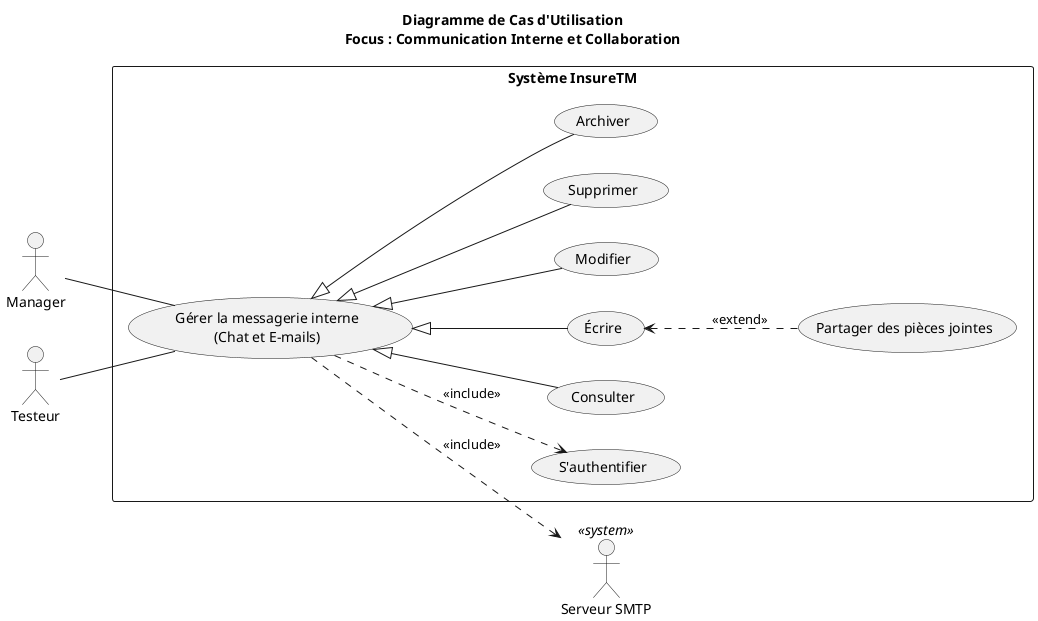
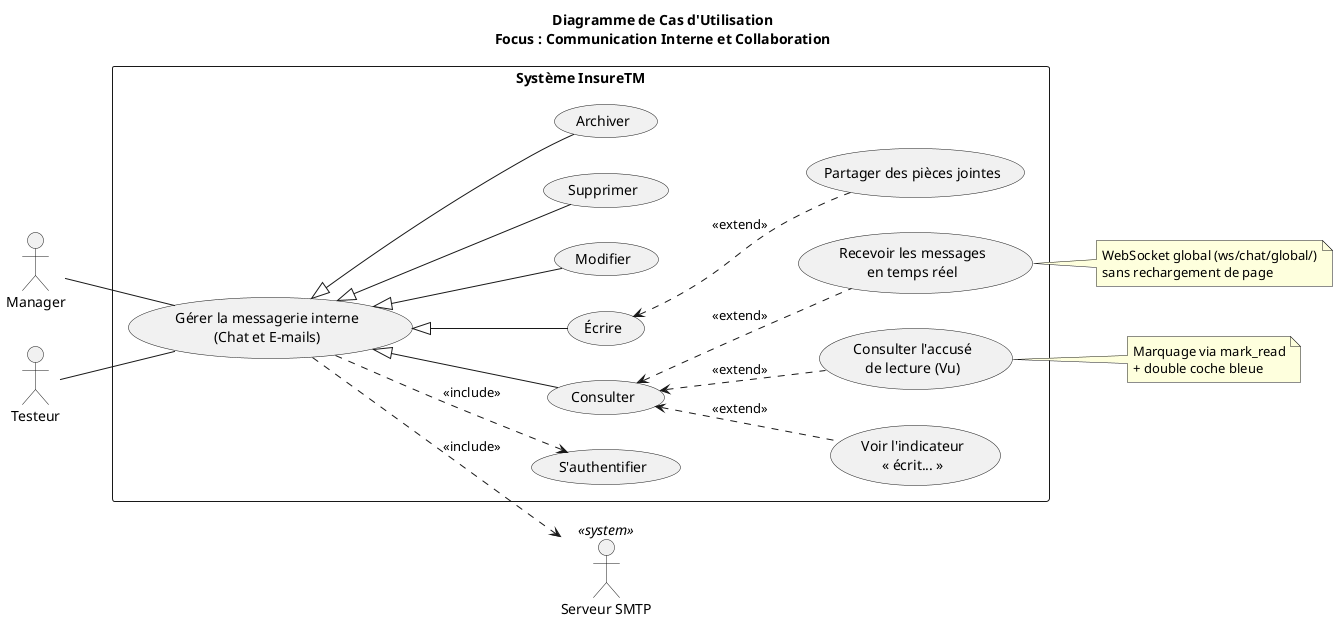
@startuml
left to right direction
skinparam packageStyle rectangle
skinparam Shadowing false

title Diagramme de Cas d'Utilisation\nFocus : Communication Interne et Collaboration

actor "Manager" as Manager
actor "Testeur" as Testeur

rectangle "Système InsureTM" {

    usecase "S'authentifier" as UC_Auth

    usecase "Gérer la messagerie interne\n(Chat et E-mails)" as UC_Gerer

    usecase "Consulter" as UC_Consulter
    usecase "Écrire" as UC_Ecrire
    usecase "Modifier" as UC_Modifier
    usecase "Supprimer" as UC_Supprimer
    usecase "Archiver" as UC_Archiver

    usecase "Partager des pièces jointes" as UC_Pieces

+     usecase "Recevoir les messages\nen temps réel" as UC_TempsReel
+     usecase "Voir l'indicateur\n« écrit... »" as UC_Ecrit
+     usecase "Consulter l'accusé\nde lecture (Vu)" as UC_Vu
+ 
}

actor "Serveur SMTP" as SMTP <<system>>

Manager -- UC_Gerer
Testeur -- UC_Gerer

UC_Gerer <|-- UC_Consulter
UC_Gerer <|-- UC_Ecrire
UC_Gerer <|-- UC_Modifier
UC_Gerer <|-- UC_Supprimer
UC_Gerer <|-- UC_Archiver

UC_Ecrire <.. UC_Pieces : <<extend>>

+ UC_Consulter <.. UC_TempsReel : <<extend>>
+ UC_Consulter <.. UC_Ecrit : <<extend>>
+ UC_Consulter <.. UC_Vu : <<extend>>
+ 
UC_Gerer ..> UC_Auth : <<include>>
UC_Gerer ..> SMTP : <<include>>

+ note right of UC_TempsReel
+   WebSocket global (ws/chat/global/)
+   sans rechargement de page
+ end note
+ 
+ note right of UC_Vu
+   Marquage via mark_read
+   + double coche bleue
+ end note
+ 
@enduml
